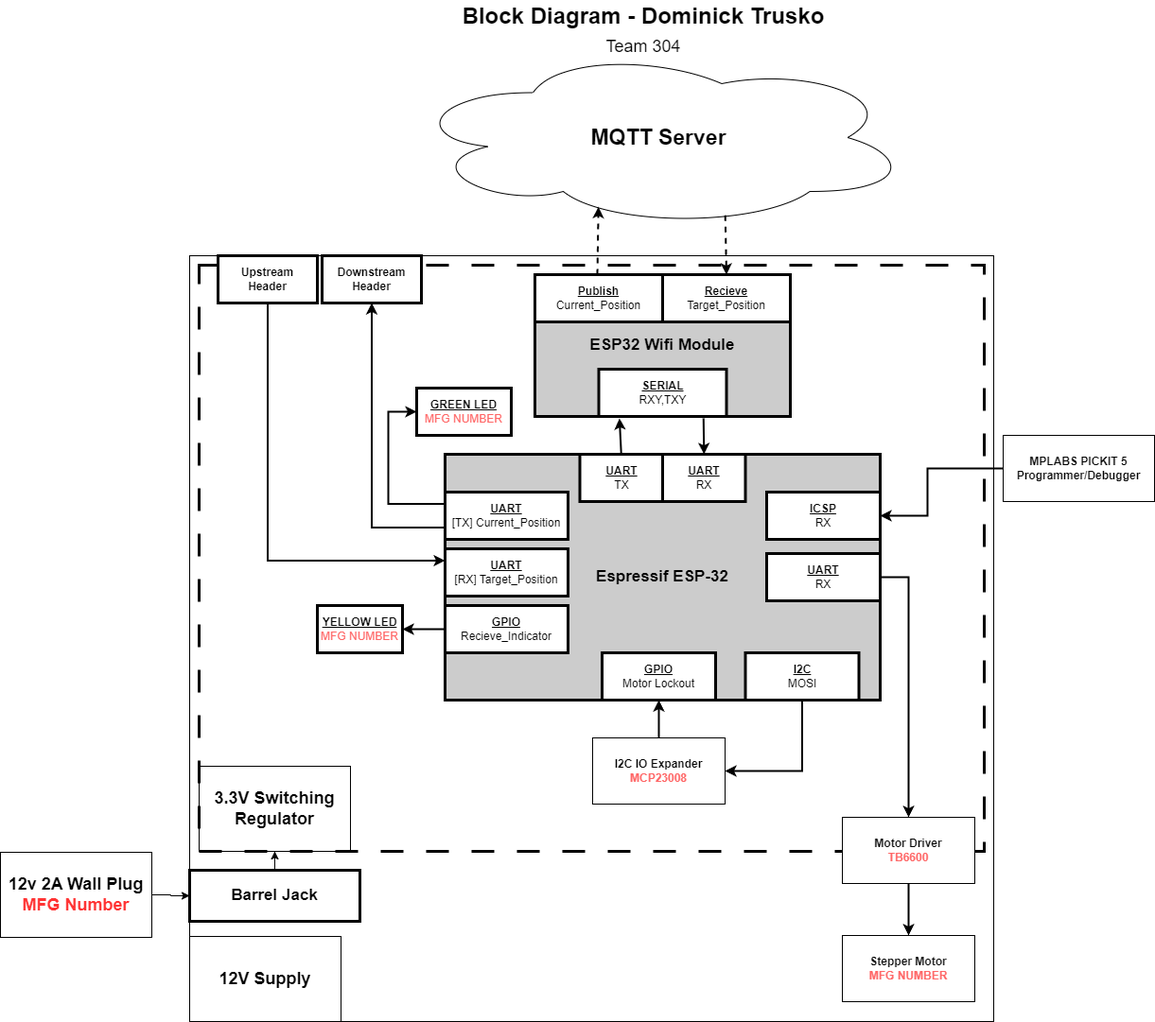
Above: media/Block_Diagram/BlockDiagram.png in RecPal/DomTrusko304.github.io (draw.io), before the change. Source tidied: cells renumbered, new cells last; positions are measured from the earlier drawing's top-left corner, leaving out a move shared by most shapes.
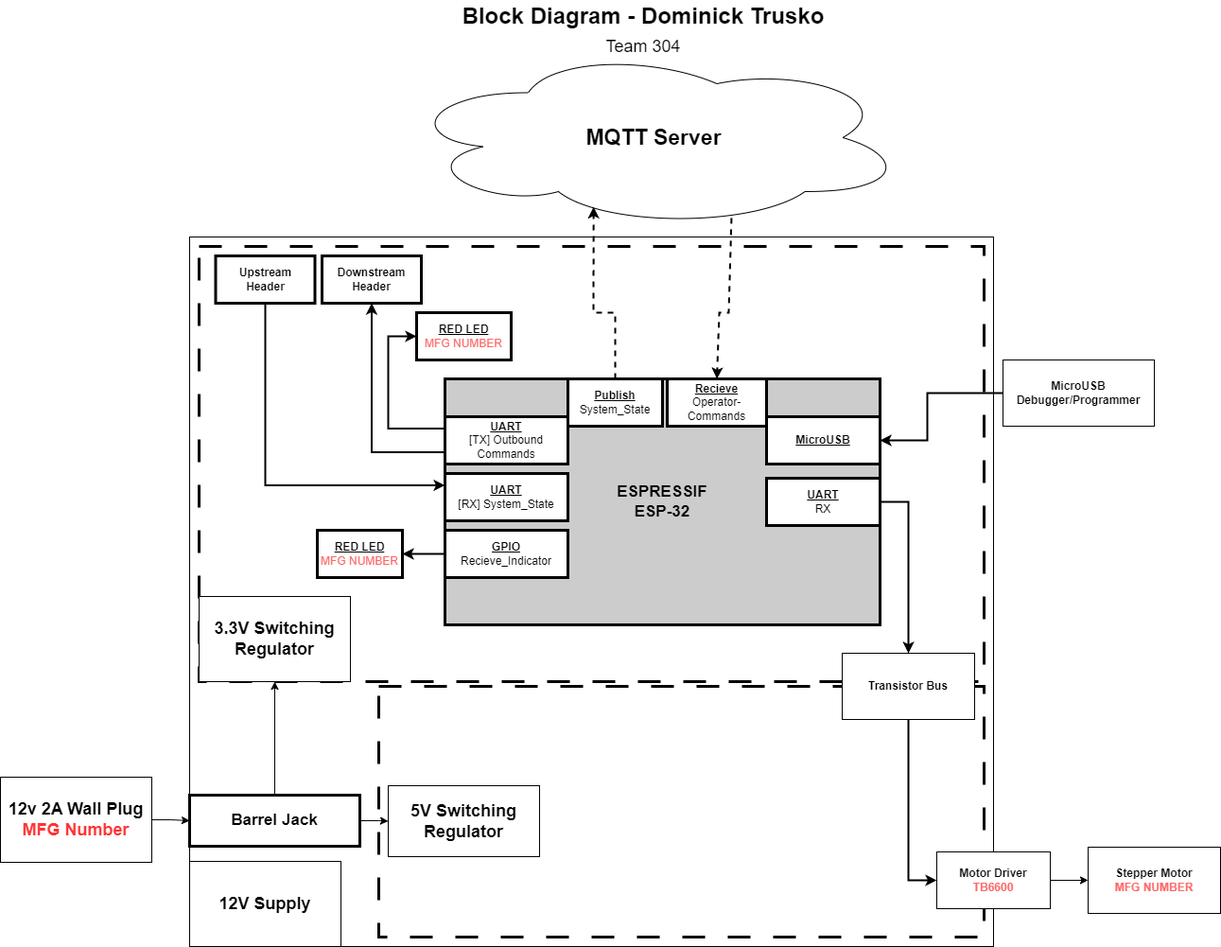
The same diagram one commit later.

Diff of the diagram source:
```diff
@@ -2,60 +2,45 @@
   <root>
     <mxCell id="0" />
     <mxCell id="1" parent="0" />
+    <mxCell id="47" style="rounded=0;whiteSpace=wrap;html=1;fillColor=none;dashed=1;dashPattern=8 8;strokeWidth=3;" parent="1" vertex="1">
+      <mxGeometry x="400" y="805" width="640" height="265" as="geometry" />
+    </mxCell>
+    <mxCell id="5" style="rounded=0;whiteSpace=wrap;html=1;fillColor=none;" parent="1" vertex="1">
+      <mxGeometry x="200" y="330" width="850" height="750" as="geometry" />
+    </mxCell>
+    <mxCell id="3" style="rounded=0;whiteSpace=wrap;html=1;fillColor=none;dashed=1;dashPattern=8 8;strokeWidth=3;" parent="1" vertex="1">
+      <mxGeometry x="210" y="340" width="830" height="460" as="geometry" />
+    </mxCell>
     <mxCell id="2" value="3.3V Switching Regulator" style="rounded=0;whiteSpace=wrap;html=1;fontStyle=1;fontSize=18;" parent="1" vertex="1">
-      <mxGeometry x="210" y="810" width="160" height="90" as="geometry" />
+      <mxGeometry x="210" y="710" width="160" height="90" as="geometry" />
     </mxCell>
-    <mxCell id="3" style="rounded=0;whiteSpace=wrap;html=1;fillColor=none;dashed=1;dashPattern=8 8;strokeWidth=3;" parent="1" vertex="1">
-      <mxGeometry x="210" y="280" width="830" height="620" as="geometry" />
-    </mxCell>
     <mxCell id="4" value="&lt;b&gt;&lt;font style=&quot;font-size: 23px;&quot;&gt;MQTT Server&lt;/font&gt;&lt;/b&gt;" style="ellipse;shape=cloud;whiteSpace=wrap;html=1;" parent="1" vertex="1">
-      <mxGeometry x="430" y="50" width="532" height="190" as="geometry" />
+      <mxGeometry x="425" y="130" width="532" height="190" as="geometry" />
     </mxCell>
-    <mxCell id="5" style="rounded=0;whiteSpace=wrap;html=1;fillColor=none;" parent="1" vertex="1">
-      <mxGeometry x="200" y="270" width="850" height="810" as="geometry" />
-    </mxCell>
-    <mxCell id="6" value="ESP32 Wifi Module" style="rounded=0;whiteSpace=wrap;html=1;fillColor=#CCCCCC;strokeWidth=3;fontStyle=1;fontSize=17;" parent="1" vertex="1">
-      <mxGeometry x="565" y="290" width="270" height="150" as="geometry" />
-    </mxCell>
-    <mxCell id="7" value="&lt;b&gt;&lt;u&gt;Publish&lt;/u&gt;&lt;/b&gt;&lt;div&gt;Current_Position&lt;/div&gt;" style="rounded=0;whiteSpace=wrap;html=1;strokeWidth=3;" parent="1" vertex="1">
-      <mxGeometry x="565" y="290" width="135" height="50" as="geometry" />
-    </mxCell>
-    <mxCell id="8" value="&lt;b&gt;&lt;u&gt;Recieve&lt;/u&gt;&lt;/b&gt;&lt;div&gt;Target_Position&lt;/div&gt;" style="rounded=0;whiteSpace=wrap;html=1;strokeWidth=3;" parent="1" vertex="1">
-      <mxGeometry x="700" y="290" width="135" height="50" as="geometry" />
-    </mxCell>
-    <mxCell id="9" value="&lt;b&gt;&lt;u&gt;SERIAL&lt;/u&gt;&lt;/b&gt;&lt;div&gt;RXY,TXY&lt;/div&gt;" style="rounded=0;whiteSpace=wrap;html=1;strokeWidth=3;" parent="1" vertex="1">
-      <mxGeometry x="632.5" y="390" width="135" height="50" as="geometry" />
-    </mxCell>
-    <mxCell id="10" value="Espressif ESP-32" style="rounded=0;whiteSpace=wrap;html=1;fillColor=#CCCCCC;strokeWidth=3;fontStyle=1;fontSize=17;" parent="1" vertex="1">
+    <mxCell id="10" value="ESPRESSIF&lt;br&gt;ESP-32" style="rounded=0;whiteSpace=wrap;html=1;fillColor=#CCCCCC;strokeWidth=3;fontStyle=1;fontSize=17;" parent="1" vertex="1">
       <mxGeometry x="470" y="480" width="460" height="260" as="geometry" />
     </mxCell>
-    <mxCell id="11" value="&lt;u style=&quot;font-weight: bold;&quot;&gt;UART&lt;/u&gt;&lt;br&gt;TX" style="rounded=0;whiteSpace=wrap;html=1;strokeWidth=3;" parent="1" vertex="1">
-      <mxGeometry x="612.5" y="480" width="87.5" height="50" as="geometry" />
-    </mxCell>
-    <mxCell id="12" value="&lt;u style=&quot;font-weight: bold;&quot;&gt;UART&lt;/u&gt;&lt;br&gt;RX" style="rounded=0;whiteSpace=wrap;html=1;strokeWidth=3;" parent="1" vertex="1">
-      <mxGeometry x="700" y="480" width="87.5" height="50" as="geometry" />
-    </mxCell>
-    <mxCell id="13" style="endArrow=classic;html=1;rounded=0;entryX=0.162;entryY=1.04;entryDx=0;entryDy=0;entryPerimeter=0;fontSize=11;strokeWidth=2;exitX=0.5;exitY=0;exitDx=0;exitDy=0;" parent="1" edge="1" source="11" target="9">
-      <mxGeometry relative="1" as="geometry" />
-    </mxCell>
-    <mxCell id="14" style="endArrow=none;html=1;rounded=0;entryX=0.162;entryY=1.04;entryDx=0;entryDy=0;entryPerimeter=0;fontSize=11;strokeWidth=2;startArrow=classic;startFill=1;exitX=0.5;exitY=0;exitDx=0;exitDy=0;" parent="1" edge="1" source="12">
-      <mxGeometry relative="1" as="geometry">
-        <mxPoint x="743.2" y="442" as="targetPoint" />
-      </mxGeometry>
-    </mxCell>
-    <mxCell id="15" style="endArrow=classic;html=1;rounded=0;entryX=0.38;entryY=0.886;entryDx=0;entryDy=0;entryPerimeter=0;fontSize=11;strokeWidth=2;dashed=1;" parent="1" edge="1" target="4">
+    <mxCell id="15" style="endArrow=classic;html=1;rounded=0;entryX=0.38;entryY=0.886;entryDx=0;entryDy=0;entryPerimeter=0;fontSize=11;strokeWidth=2;dashed=1;exitX=0.5;exitY=0;exitDx=0;exitDy=0;" parent="1" edge="1" source="7" target="4">
       <mxGeometry relative="1" as="geometry">
-        <mxPoint x="631" y="290" as="sourcePoint" />
+        <Array as="points">
+          <mxPoint x="650" y="410" />
+          <mxPoint x="627" y="410" />
+        </Array>
       </mxGeometry>
     </mxCell>
-    <mxCell id="16" style="endArrow=classic;html=1;rounded=0;entryX=0.5;entryY=0;entryDx=0;entryDy=0;fontSize=11;strokeWidth=2;exitX=0.632;exitY=0.933;exitDx=0;exitDy=0;exitPerimeter=0;dashed=1;" parent="1" edge="1" source="4" target="8">
-      <mxGeometry relative="1" as="geometry" />
+    <mxCell id="16" style="endArrow=classic;html=1;rounded=0;entryX=0.5;entryY=0;entryDx=0;entryDy=0;fontSize=11;strokeWidth=2;exitX=0.654;exitY=0.947;exitDx=0;exitDy=0;exitPerimeter=0;dashed=1;" parent="1" edge="1" source="4" target="8">
+      <mxGeometry relative="1" as="geometry">
+        <Array as="points">
+          <mxPoint x="770" y="410" />
+          <mxPoint x="760" y="410" />
+        </Array>
+      </mxGeometry>
     </mxCell>
-    <mxCell id="17" value="&lt;u style=&quot;font-weight: bold;&quot;&gt;ICSP&lt;/u&gt;&lt;br&gt;RX" style="rounded=0;whiteSpace=wrap;html=1;strokeWidth=3;" parent="1" vertex="1">
+    <mxCell id="17" value="&lt;b&gt;&lt;u&gt;MicroUSB&lt;/u&gt;&lt;/b&gt;" style="rounded=0;whiteSpace=wrap;html=1;strokeWidth=3;" parent="1" vertex="1">
       <mxGeometry x="810" y="520" width="120" height="50" as="geometry" />
     </mxCell>
     <mxCell id="18" value="&lt;h1 style=&quot;margin-top: 0px; line-height: 80%;&quot;&gt;Block Diagram - Dominick Trusko&lt;/h1&gt;&lt;p style=&quot;line-height: 80%;&quot;&gt;&lt;font style=&quot;font-size: 18px; line-height: 80%;&quot;&gt;Team 304&lt;/font&gt;&lt;/p&gt;" style="text;html=1;whiteSpace=wrap;overflow=hidden;rounded=0;align=center;" parent="1" vertex="1">
-      <mxGeometry x="480" width="400" height="90" as="geometry" />
+      <mxGeometry x="480" y="80" width="400" height="90" as="geometry" />
     </mxCell>
     <mxCell id="19" style="endArrow=classic;html=1;rounded=0;entryX=1;entryY=0.5;entryDx=0;entryDy=0;fontSize=11;strokeWidth=2;exitX=0;exitY=0.5;exitDx=0;exitDy=0;" parent="1" edge="1" source="20" target="17">
       <mxGeometry relative="1" as="geometry">
@@ -65,7 +50,7 @@
         </Array>
       </mxGeometry>
     </mxCell>
-    <mxCell id="20" value="MPLABS PICKIT 5 Programmer/Debugger" style="rounded=0;whiteSpace=wrap;html=1;fontStyle=1;" parent="1" vertex="1">
+    <mxCell id="20" value="MicroUSB Debugger/Programmer" style="rounded=0;whiteSpace=wrap;html=1;fontStyle=1;" parent="1" vertex="1">
       <mxGeometry x="1060" y="460" width="160" height="70" as="geometry" />
     </mxCell>
     <mxCell id="21" style="edgeStyle=orthogonalEdgeStyle;shape=connector;rounded=0;jettySize=auto;html=1;entryX=0.5;entryY=0;entryDx=0;entryDy=0;strokeColor=default;strokeWidth=2;align=center;verticalAlign=middle;fontFamily=Helvetica;fontSize=11;fontColor=default;labelBackgroundColor=default;startArrow=none;startFill=0;endArrow=classic;exitX=1;exitY=0.5;exitDx=0;exitDy=0;endFill=1;" parent="1" edge="1" source="22" target="24">
@@ -74,25 +59,29 @@
     <mxCell id="22" value="&lt;u style=&quot;font-weight: bold;&quot;&gt;UART&lt;/u&gt;&lt;br&gt;RX" style="rounded=0;whiteSpace=wrap;html=1;strokeWidth=3;" parent="1" vertex="1">
       <mxGeometry x="810" y="585" width="120" height="50" as="geometry" />
     </mxCell>
-    <mxCell id="23" style="edgeStyle=none;shape=connector;rounded=0;jettySize=auto;html=1;entryX=0.5;entryY=0;entryDx=0;entryDy=0;strokeColor=default;strokeWidth=2;align=center;verticalAlign=middle;fontFamily=Helvetica;fontSize=11;fontColor=default;labelBackgroundColor=default;startArrow=none;startFill=0;endArrow=classic;endFill=1;" parent="1" edge="1" source="24" target="25">
-      <mxGeometry relative="1" as="geometry" />
+    <mxCell id="23" style="edgeStyle=none;shape=connector;rounded=0;jettySize=auto;html=1;entryX=0;entryY=0.5;entryDx=0;entryDy=0;strokeColor=default;strokeWidth=2;align=center;verticalAlign=middle;fontFamily=Helvetica;fontSize=11;fontColor=default;labelBackgroundColor=default;startArrow=none;startFill=0;endArrow=classic;endFill=1;" parent="1" edge="1" source="24" target="51">
+      <mxGeometry relative="1" as="geometry">
+        <Array as="points">
+          <mxPoint x="960" y="1010" />
+        </Array>
+      </mxGeometry>
     </mxCell>
-    <mxCell id="24" value="Motor Driver&lt;br&gt;&lt;font style=&quot;color: rgb(255, 102, 102);&quot;&gt;TB6600&lt;/font&gt;" style="rounded=0;whiteSpace=wrap;html=1;fontStyle=1;" parent="1" vertex="1">
-      <mxGeometry x="890" y="864" width="140" height="70" as="geometry" />
+    <mxCell id="24" value="Transistor Bus" style="rounded=0;whiteSpace=wrap;html=1;fontStyle=1;" parent="1" vertex="1">
+      <mxGeometry x="890" y="770" width="140" height="70" as="geometry" />
     </mxCell>
     <mxCell id="25" value="Stepper Motor&lt;br&gt;&lt;font style=&quot;color: rgb(255, 102, 102);&quot;&gt;MFG NUMBER&lt;/font&gt;" style="rounded=0;whiteSpace=wrap;html=1;fontStyle=1;" parent="1" vertex="1">
-      <mxGeometry x="890" y="989" width="140" height="70" as="geometry" />
+      <mxGeometry x="1150" y="975" width="140" height="70" as="geometry" />
     </mxCell>
     <mxCell id="26" value="&lt;b&gt;Downstream&lt;br&gt;Header&lt;/b&gt;" style="rounded=0;whiteSpace=wrap;html=1;strokeWidth=3;" parent="1" vertex="1">
-      <mxGeometry x="340" y="270" width="105" height="50" as="geometry" />
+      <mxGeometry x="340" y="350" width="105" height="50" as="geometry" />
     </mxCell>
     <mxCell id="27" value="&lt;b&gt;Upstream&lt;br&gt;Header&lt;/b&gt;" style="rounded=0;whiteSpace=wrap;html=1;strokeWidth=3;" parent="1" vertex="1">
-      <mxGeometry x="230" y="270" width="105" height="50" as="geometry" />
+      <mxGeometry x="227.5" y="350" width="105" height="50" as="geometry" />
     </mxCell>
     <mxCell id="28" style="edgeStyle=orthogonalEdgeStyle;shape=connector;rounded=0;jettySize=auto;html=1;exitX=0;exitY=0.25;exitDx=0;exitDy=0;entryX=0.5;entryY=1;entryDx=0;entryDy=0;strokeColor=default;strokeWidth=2;align=center;verticalAlign=middle;fontFamily=Helvetica;fontSize=11;fontColor=default;labelBackgroundColor=default;startArrow=classic;startFill=1;endArrow=none;endFill=1;" parent="1" edge="1" source="29" target="27">
       <mxGeometry relative="1" as="geometry" />
     </mxCell>
-    <mxCell id="29" value="&lt;u style=&quot;font-weight: bold;&quot;&gt;UART&lt;/u&gt;&lt;br&gt;[RX] Target_Position" style="rounded=0;whiteSpace=wrap;html=1;strokeWidth=3;" parent="1" vertex="1">
+    <mxCell id="29" value="&lt;u style=&quot;font-weight: bold;&quot;&gt;UART&lt;/u&gt;&lt;br&gt;[RX] System_State" style="rounded=0;whiteSpace=wrap;html=1;strokeWidth=3;" parent="1" vertex="1">
       <mxGeometry x="470" y="580" width="130" height="50" as="geometry" />
     </mxCell>
     <mxCell id="30" style="edgeStyle=orthogonalEdgeStyle;shape=connector;rounded=0;jettySize=auto;html=1;exitX=0;exitY=0.75;exitDx=0;exitDy=0;entryX=0.5;entryY=1;entryDx=0;entryDy=0;strokeColor=default;strokeWidth=2;align=center;verticalAlign=middle;fontFamily=Helvetica;fontSize=11;fontColor=default;labelBackgroundColor=default;startArrow=none;startFill=0;endArrow=classic;endFill=1;" parent="1" edge="1" source="32" target="26">
@@ -110,21 +99,24 @@
         </Array>
       </mxGeometry>
     </mxCell>
-    <mxCell id="32" value="&lt;u style=&quot;font-weight: bold;&quot;&gt;UART&lt;/u&gt;&lt;br&gt;[TX] Current_Position" style="rounded=0;whiteSpace=wrap;html=1;strokeWidth=3;" parent="1" vertex="1">
+    <mxCell id="32" value="&lt;u style=&quot;font-weight: bold;&quot;&gt;UART&lt;/u&gt;&lt;br&gt;[TX] Outbound Commands" style="rounded=0;whiteSpace=wrap;html=1;strokeWidth=3;" parent="1" vertex="1">
       <mxGeometry x="470" y="520" width="130" height="50" as="geometry" />
     </mxCell>
-    <mxCell id="33" value="&lt;b&gt;&lt;u&gt;GREEN LED&lt;/u&gt;&lt;/b&gt;&lt;div&gt;&lt;font style=&quot;color: rgb(255, 102, 102);&quot;&gt;MFG NUMBER&lt;/font&gt;&lt;/div&gt;" style="rounded=0;whiteSpace=wrap;html=1;strokeWidth=3;" parent="1" vertex="1">
+    <mxCell id="33" value="&lt;b&gt;&lt;u&gt;RED LED&lt;/u&gt;&lt;/b&gt;&lt;div&gt;&lt;font style=&quot;color: rgb(255, 102, 102);&quot;&gt;MFG NUMBER&lt;/font&gt;&lt;/div&gt;" style="rounded=0;whiteSpace=wrap;html=1;strokeWidth=3;" parent="1" vertex="1">
       <mxGeometry x="440" y="410" width="100" height="50" as="geometry" />
     </mxCell>
     <mxCell id="34" style="edgeStyle=none;shape=connector;rounded=0;jettySize=auto;html=1;exitX=1;exitY=0.5;exitDx=0;exitDy=0;entryX=0;entryY=0.5;entryDx=0;entryDy=0;strokeColor=default;strokeWidth=2;align=center;verticalAlign=middle;fontFamily=Helvetica;fontSize=11;fontColor=default;labelBackgroundColor=default;startArrow=classic;startFill=1;endArrow=none;" parent="1" edge="1" source="35" target="36">
       <mxGeometry relative="1" as="geometry" />
     </mxCell>
-    <mxCell id="35" value="&lt;b&gt;&lt;u&gt;YELLOW LED&lt;/u&gt;&lt;/b&gt;&lt;div&gt;&lt;font style=&quot;color: rgb(255, 102, 102);&quot;&gt;MFG NUMBER&lt;/font&gt;&lt;/div&gt;" style="rounded=0;whiteSpace=wrap;html=1;strokeWidth=3;" parent="1" vertex="1">
+    <mxCell id="35" value="&lt;b&gt;&lt;u&gt;RED LED&lt;/u&gt;&lt;/b&gt;&lt;div&gt;&lt;font style=&quot;color: rgb(255, 102, 102);&quot;&gt;MFG NUMBER&lt;/font&gt;&lt;/div&gt;" style="rounded=0;whiteSpace=wrap;html=1;strokeWidth=3;" parent="1" vertex="1">
       <mxGeometry x="335" y="640" width="90" height="50" as="geometry" />
     </mxCell>
     <mxCell id="36" value="&lt;u style=&quot;font-weight: bold;&quot;&gt;GPIO&lt;/u&gt;&lt;br&gt;Recieve_Indicator" style="rounded=0;whiteSpace=wrap;html=1;strokeWidth=3;" parent="1" vertex="1">
       <mxGeometry x="470" y="640" width="130" height="50" as="geometry" />
     </mxCell>
+    <mxCell id="48" style="edgeStyle=orthogonalEdgeStyle;rounded=0;jettySize=auto;html=1;entryX=0;entryY=0.5;entryDx=0;entryDy=0;" parent="1" edge="1" source="37" target="49">
+      <mxGeometry relative="1" as="geometry" />
+    </mxCell>
     <mxCell id="37" value="&lt;b&gt;Barrel Jack&lt;/b&gt;" style="rounded=0;whiteSpace=wrap;html=1;strokeWidth=3;fontSize=17;" parent="1" vertex="1">
       <mxGeometry x="200" y="920" width="180" height="54" as="geometry" />
     </mxCell>
@@ -140,20 +132,20 @@
     <mxCell id="41" value="12V Supply" style="rounded=0;whiteSpace=wrap;html=1;fontStyle=1;fontSize=18;" parent="1" vertex="1">
       <mxGeometry x="200" y="990" width="160" height="90" as="geometry" />
     </mxCell>
-    <mxCell id="42" style="edgeStyle=orthogonalEdgeStyle;rounded=0;jettySize=auto;html=1;entryX=0.5;entryY=1;entryDx=0;entryDy=0;strokeWidth=2;" parent="1" edge="1" source="43" target="46">
-      <mxGeometry relative="1" as="geometry" />
-    </mxCell>
-    <mxCell id="43" value="I2C IO Expander&lt;div&gt;&lt;div&gt;&lt;font style=&quot;color: rgb(255, 102, 102);&quot;&gt;MCP23008&lt;/font&gt;&lt;/div&gt;&lt;/div&gt;" style="rounded=0;whiteSpace=wrap;html=1;fontStyle=1;" parent="1" vertex="1">
-      <mxGeometry x="626" y="780" width="140" height="70" as="geometry" />
-    </mxCell>
-    <mxCell id="44" style="edgeStyle=orthogonalEdgeStyle;rounded=0;jettySize=auto;html=1;entryX=1;entryY=0.5;entryDx=0;entryDy=0;exitX=0.5;exitY=1;exitDx=0;exitDy=0;strokeWidth=2;" parent="1" edge="1" source="45" target="43">
-      <mxGeometry relative="1" as="geometry" />
-    </mxCell>
-    <mxCell id="45" value="&lt;u style=&quot;font-weight: bold;&quot;&gt;I2C&lt;/u&gt;&lt;br&gt;MOSI" style="rounded=0;whiteSpace=wrap;html=1;strokeWidth=3;" parent="1" vertex="1">
-      <mxGeometry x="787.5" y="690" width="120" height="50" as="geometry" />
-    </mxCell>
-    <mxCell id="46" value="&lt;u style=&quot;font-weight: bold;&quot;&gt;GPIO&lt;/u&gt;&lt;br&gt;Motor Lockout" style="rounded=0;whiteSpace=wrap;html=1;strokeWidth=3;" parent="1" vertex="1">
-      <mxGeometry x="636" y="690" width="120" height="50" as="geometry" />
-    </mxCell>
+    <mxCell id="49" value="5V Switching Regulator" style="rounded=0;whiteSpace=wrap;html=1;fontStyle=1;fontSize=18;" parent="1" vertex="1">
+      <mxGeometry x="410" y="910" width="160" height="75" as="geometry" />
+    </mxCell>
+    <mxCell id="7" value="&lt;b&gt;&lt;u&gt;Publish&lt;/u&gt;&lt;/b&gt;&lt;div&gt;System_State&lt;/div&gt;" style="rounded=0;whiteSpace=wrap;html=1;strokeWidth=3;" parent="1" vertex="1">
+      <mxGeometry x="600" y="480" width="100" height="50" as="geometry" />
+    </mxCell>
+    <mxCell id="8" value="&lt;b&gt;&lt;u&gt;Recieve&lt;/u&gt;&lt;/b&gt;&lt;div&gt;Operator-Commands&lt;/div&gt;" style="rounded=0;whiteSpace=wrap;html=1;strokeWidth=3;" parent="1" vertex="1">
+      <mxGeometry x="705" y="480" width="105" height="50" as="geometry" />
+    </mxCell>
+    <mxCell id="50" style="edgeStyle=orthogonalEdgeStyle;rounded=0;jettySize=auto;html=1;exitX=1;exitY=0.5;exitDx=0;exitDy=0;entryX=0;entryY=0.5;entryDx=0;entryDy=0;" parent="1" edge="1" source="51" target="25">
+      <mxGeometry relative="1" as="geometry" />
+    </mxCell>
+    <mxCell id="51" value="&lt;b&gt;Motor Driver&lt;/b&gt;&lt;div&gt;&lt;b&gt;&lt;font style=&quot;color: rgb(255, 102, 102);&quot;&gt;TB6600&lt;/font&gt;&lt;/b&gt;&lt;/div&gt;" style="rounded=0;whiteSpace=wrap;html=1;" parent="1" vertex="1">
+      <mxGeometry x="990" y="980" width="120" height="60" as="geometry" />
+    </mxCell>
   </root>
 </mxGraphModel>
```
